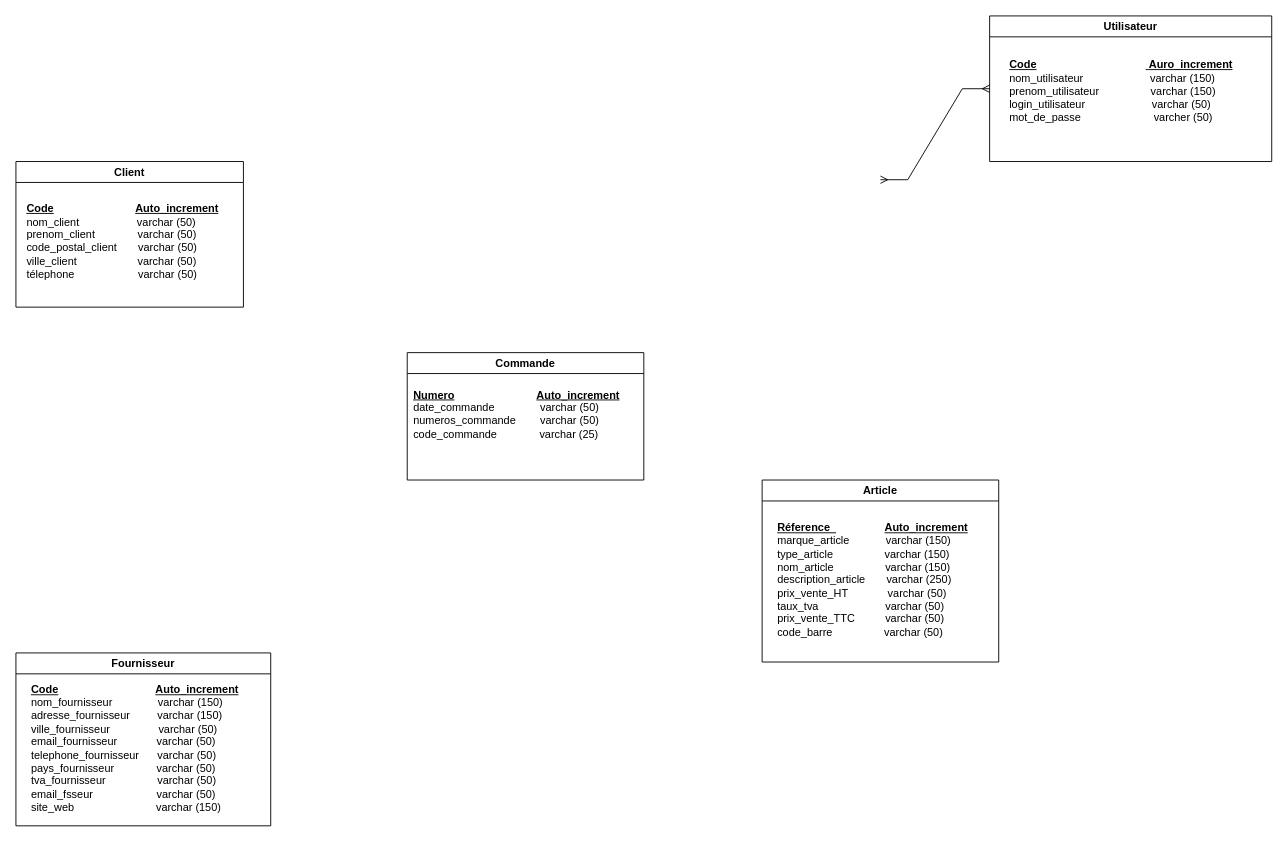
rachellusamba/CO-G.Stock keeps this draw.io diagram as page "MPD" (3 of 3) of G.Stock.drawio. Above is the earlier version. Source tidied: cells renumbered, new cells numbered last; positions are measured from the earlier drawing's top-left corner, leaving out a move shared by most shapes. Both pictures are drawn from the tidied source at 91%, with x=0, y=0 at pixel (15, 15).
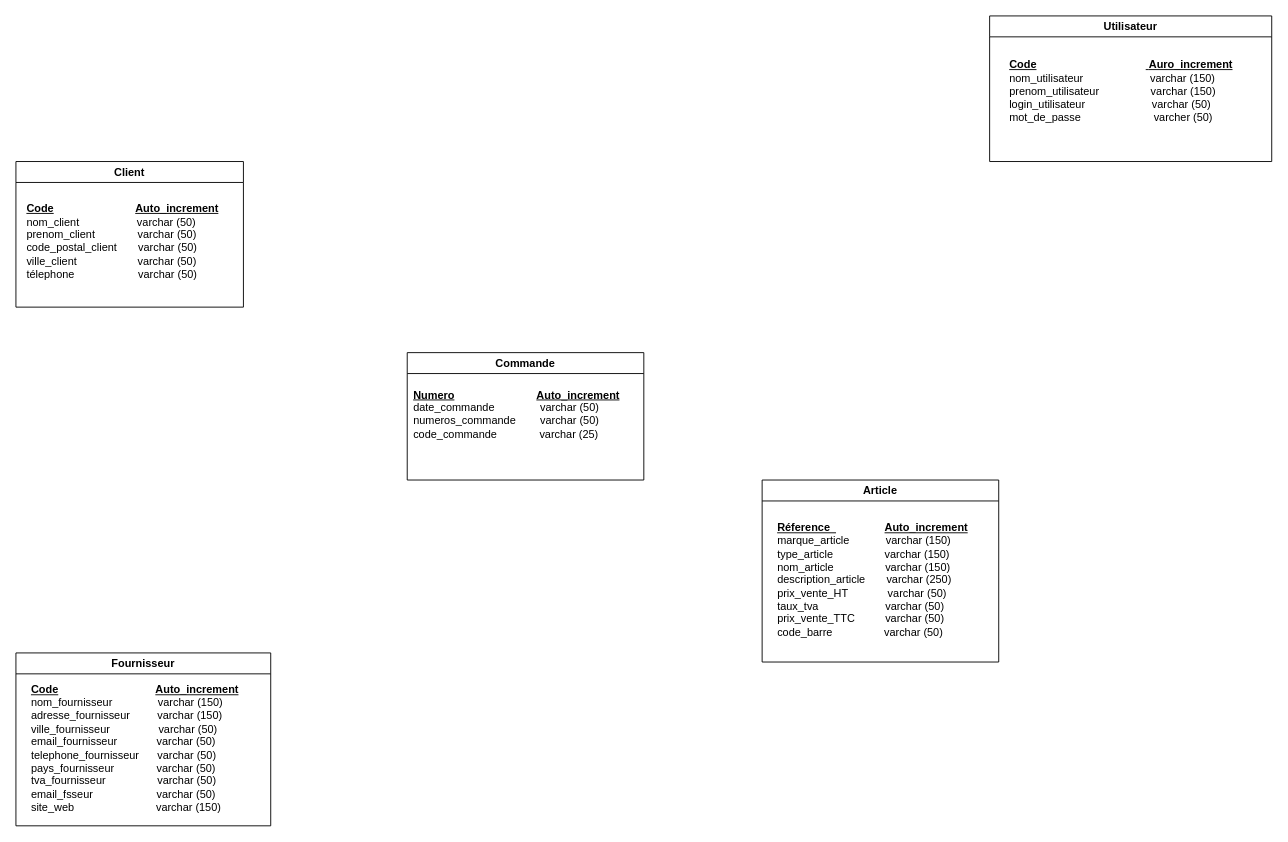
The same diagram, later.

Diff of the diagram source:
```diff
@@
 <mxGraphModel>
   <root>
     <mxCell id="0" />
     <mxCell id="1" parent="0" />
     <mxCell id="2" value="Utilisateur" style="swimlane;whiteSpace=wrap;html=1;" parent="1" vertex="1">
       <mxGeometry x="1070" width="310" height="160" as="geometry" />
     </mxCell>
     <mxCell id="3" value="&lt;div align=&quot;left&quot;&gt;&lt;b&gt;&lt;u&gt;Code&lt;/u&gt; &amp;nbsp;&lt;/b&gt; &amp;nbsp; &amp;nbsp; &amp;nbsp; &amp;nbsp; &amp;nbsp; &amp;nbsp;&amp;nbsp;&amp;nbsp;&amp;nbsp;&amp;nbsp;&amp;nbsp;&amp;nbsp;&amp;nbsp;&amp;nbsp;&amp;nbsp;&amp;nbsp;&amp;nbsp;&amp;nbsp;&amp;nbsp;&amp;nbsp;&amp;nbsp;&amp;nbsp;&amp;nbsp;&amp;nbsp;&amp;nbsp;&amp;nbsp;&amp;nbsp;&amp;nbsp;&lt;u&gt; &lt;/u&gt;&lt;b&gt;&lt;u&gt;Auro_increment&lt;/u&gt;&lt;/b&gt;&lt;/div&gt;&lt;div align=&quot;left&quot;&gt;nom_utilisateur&amp;nbsp;&amp;nbsp;&amp;nbsp;&amp;nbsp;&amp;nbsp;&amp;nbsp;&amp;nbsp;&amp;nbsp;&amp;nbsp;&amp;nbsp;&amp;nbsp;&amp;nbsp;&amp;nbsp;&amp;nbsp;&amp;nbsp;&amp;nbsp;&amp;nbsp;&amp;nbsp;&amp;nbsp;&amp;nbsp;&amp;nbsp; varchar (150)&lt;br&gt;&lt;/div&gt;&lt;div align=&quot;left&quot;&gt;prenom_utilisateur&amp;nbsp;&amp;nbsp;&amp;nbsp;&amp;nbsp;&amp;nbsp;&amp;nbsp;&amp;nbsp;&amp;nbsp;&amp;nbsp;&amp;nbsp;&amp;nbsp;&amp;nbsp;&amp;nbsp;&amp;nbsp;&amp;nbsp;&amp;nbsp; varchar (150)&lt;br&gt;&lt;/div&gt;&lt;div align=&quot;left&quot;&gt;login_utilisateur&amp;nbsp;&amp;nbsp;&amp;nbsp;&amp;nbsp;&amp;nbsp;&amp;nbsp;&amp;nbsp;&amp;nbsp;&amp;nbsp;&amp;nbsp;&amp;nbsp;&amp;nbsp;&amp;nbsp;&amp;nbsp;&amp;nbsp;&amp;nbsp;&amp;nbsp;&amp;nbsp;&amp;nbsp;&amp;nbsp;&amp;nbsp; varchar (50)&lt;br&gt;&lt;/div&gt;&lt;div align=&quot;left&quot;&gt;mot_de_passe&amp;nbsp;&amp;nbsp;&amp;nbsp;&amp;nbsp;&amp;nbsp;&amp;nbsp;&amp;nbsp;&amp;nbsp;&amp;nbsp;&amp;nbsp;&amp;nbsp;&amp;nbsp;&amp;nbsp;&amp;nbsp;&amp;nbsp;&amp;nbsp;&amp;nbsp;&amp;nbsp;&amp;nbsp;&amp;nbsp;&amp;nbsp;&amp;nbsp;&amp;nbsp; varcher (50)&lt;br&gt;&lt;/div&gt;&lt;div align=&quot;left&quot;&gt;&lt;br&gt;&lt;/div&gt;" style="text;html=1;align=left;verticalAlign=middle;strokeColor=none;fillColor=none;" parent="2" vertex="1">
       <mxGeometry x="20" y="40" width="270" height="100" as="geometry" />
     </mxCell>
     <mxCell id="4" value="Commande" style="swimlane;whiteSpace=wrap;html=1;" parent="1" vertex="1">
       <mxGeometry x="430" y="370" width="260" height="140" as="geometry" />
     </mxCell>
     <mxCell id="5" value="&lt;div align=&quot;left&quot;&gt;&lt;b&gt;&lt;u&gt;Numero&lt;/u&gt;&lt;/b&gt; &amp;nbsp;&amp;nbsp;&amp;nbsp;&amp;nbsp;&amp;nbsp;&amp;nbsp;&amp;nbsp;&amp;nbsp;&amp;nbsp;&amp;nbsp;&amp;nbsp;&amp;nbsp;&amp;nbsp;&amp;nbsp;&amp;nbsp;&amp;nbsp;&amp;nbsp;&amp;nbsp;&amp;nbsp;&amp;nbsp;&amp;nbsp;&amp;nbsp;&amp;nbsp;&amp;nbsp;&amp;nbsp; &lt;b&gt;&lt;u&gt;Auto_increment&lt;/u&gt;&lt;/b&gt;&lt;br&gt;date_commande&amp;nbsp;&amp;nbsp;&amp;nbsp;&amp;nbsp;&amp;nbsp;&amp;nbsp;&amp;nbsp;&amp;nbsp;&amp;nbsp;&amp;nbsp;&amp;nbsp;&amp;nbsp;&amp;nbsp;&amp;nbsp; varchar (50)&lt;/div&gt;&lt;div align=&quot;left&quot;&gt;numeros_commande&amp;nbsp;&amp;nbsp;&amp;nbsp;&amp;nbsp;&amp;nbsp;&amp;nbsp;&amp;nbsp; varchar (50)&lt;/div&gt;&lt;div align=&quot;left&quot;&gt;code_commande&amp;nbsp;&amp;nbsp;&amp;nbsp;&amp;nbsp;&amp;nbsp;&amp;nbsp;&amp;nbsp;&amp;nbsp;&amp;nbsp;&amp;nbsp;&amp;nbsp;&amp;nbsp;&amp;nbsp; varchar (25)&lt;br&gt;&lt;/div&gt;&lt;div align=&quot;left&quot;&gt;&lt;br&gt;&lt;/div&gt;" style="text;html=1;align=left;verticalAlign=middle;strokeColor=none;fillColor=none;" parent="4" vertex="1">
       <mxGeometry x="5" y="30" width="250" height="90" as="geometry" />
     </mxCell>
     <mxCell id="6" value="Fournisseur" style="swimlane;whiteSpace=wrap;html=1;" parent="1" vertex="1">
       <mxGeometry y="700" width="280" height="190" as="geometry" />
     </mxCell>
     <mxCell id="7" value="&lt;div align=&quot;left&quot;&gt;&lt;b&gt;&lt;u&gt;Code&lt;/u&gt;&lt;/b&gt; &amp;nbsp; &amp;nbsp; &amp;nbsp; &amp;nbsp; &amp;nbsp; &amp;nbsp;&amp;nbsp; &amp;nbsp;&amp;nbsp;&amp;nbsp;&amp;nbsp;&amp;nbsp;&amp;nbsp;&amp;nbsp;&amp;nbsp;&amp;nbsp;&amp;nbsp;&amp;nbsp;&amp;nbsp;&amp;nbsp;&amp;nbsp;&amp;nbsp;&amp;nbsp;&amp;nbsp; &lt;u&gt;&lt;b&gt;Auto_increment&lt;/b&gt;&lt;/u&gt;&lt;br&gt;nom_fournisseur&amp;nbsp;&amp;nbsp;&amp;nbsp;&amp;nbsp;&amp;nbsp;&amp;nbsp;&amp;nbsp;&amp;nbsp;&amp;nbsp;&amp;nbsp;&amp;nbsp;&amp;nbsp;&amp;nbsp;&amp;nbsp; varchar (150)&lt;br&gt;adresse_fournisseur&amp;nbsp;&amp;nbsp;&amp;nbsp;&amp;nbsp;&amp;nbsp;&amp;nbsp;&amp;nbsp;&amp;nbsp; varchar (150)&lt;br&gt;ville_fournisseur&amp;nbsp;&amp;nbsp;&amp;nbsp;&amp;nbsp;&amp;nbsp;&amp;nbsp;&amp;nbsp;&amp;nbsp;&amp;nbsp;&amp;nbsp;&amp;nbsp;&amp;nbsp;&amp;nbsp;&amp;nbsp;&amp;nbsp; varchar (50)&lt;br&gt;email_fournisseur&amp;nbsp;&amp;nbsp;&amp;nbsp;&amp;nbsp;&amp;nbsp;&amp;nbsp;&amp;nbsp;&amp;nbsp;&amp;nbsp;&amp;nbsp;&amp;nbsp;&amp;nbsp; varchar (50)&lt;br&gt;telephone_fournisseur&amp;nbsp;&amp;nbsp;&amp;nbsp;&amp;nbsp;&amp;nbsp; varchar (50)&lt;br&gt;pays_fournisseur&amp;nbsp;&amp;nbsp;&amp;nbsp;&amp;nbsp;&amp;nbsp;&amp;nbsp;&amp;nbsp;&amp;nbsp;&amp;nbsp;&amp;nbsp;&amp;nbsp;&amp;nbsp;&amp;nbsp; varchar (50)&lt;br&gt;tva_fournisseur&amp;nbsp;&amp;nbsp;&amp;nbsp;&amp;nbsp;&amp;nbsp;&amp;nbsp;&amp;nbsp;&amp;nbsp;&amp;nbsp;&amp;nbsp;&amp;nbsp;&amp;nbsp;&amp;nbsp;&amp;nbsp;&amp;nbsp;&amp;nbsp; varchar (50)&lt;/div&gt;&lt;div align=&quot;left&quot;&gt;email_fsseur&amp;nbsp;&amp;nbsp;&amp;nbsp;&amp;nbsp;&amp;nbsp;&amp;nbsp;&amp;nbsp;&amp;nbsp;&amp;nbsp;&amp;nbsp;&amp;nbsp;&amp;nbsp;&amp;nbsp;&amp;nbsp;&amp;nbsp;&amp;nbsp;&amp;nbsp;&amp;nbsp;&amp;nbsp;&amp;nbsp; varchar (50)&lt;/div&gt;&lt;div align=&quot;left&quot;&gt;site_web&amp;nbsp;&amp;nbsp;&amp;nbsp;&amp;nbsp;&amp;nbsp;&amp;nbsp;&amp;nbsp;&amp;nbsp;&amp;nbsp;&amp;nbsp;&amp;nbsp;&amp;nbsp;&amp;nbsp;&amp;nbsp;&amp;nbsp;&amp;nbsp;&amp;nbsp;&amp;nbsp;&amp;nbsp;&amp;nbsp;&amp;nbsp;&amp;nbsp;&amp;nbsp;&amp;nbsp;&amp;nbsp;&amp;nbsp; varchar (150)&lt;br&gt;&lt;/div&gt;" style="text;html=1;align=left;verticalAlign=middle;strokeColor=none;fillColor=none;" parent="6" vertex="1">
       <mxGeometry x="15" y="25" width="250" height="160" as="geometry" />
     </mxCell>
     <mxCell id="8" value="Client" style="swimlane;whiteSpace=wrap;html=1;" parent="1" vertex="1">
       <mxGeometry y="160" width="250" height="160" as="geometry" />
     </mxCell>
     <mxCell id="9" value="&lt;div align=&quot;left&quot;&gt;&lt;b&gt;&lt;u&gt;Code&lt;/u&gt;&amp;nbsp;&amp;nbsp;&amp;nbsp;&amp;nbsp;&amp;nbsp;&amp;nbsp;&amp;nbsp;&amp;nbsp;&amp;nbsp;&amp;nbsp;&amp;nbsp;&amp;nbsp;&amp;nbsp;&amp;nbsp;&amp;nbsp;&amp;nbsp;&amp;nbsp;&amp;nbsp;&amp;nbsp;&amp;nbsp;&amp;nbsp;&amp;nbsp;&amp;nbsp;&amp;nbsp;&amp;nbsp;&amp;nbsp; &lt;u&gt;Auto_increment&lt;/u&gt;&lt;/b&gt;&lt;br&gt;nom_client&amp;nbsp;&amp;nbsp;&amp;nbsp;&amp;nbsp;&amp;nbsp;&amp;nbsp;&amp;nbsp;&amp;nbsp;&amp;nbsp;&amp;nbsp;&amp;nbsp;&amp;nbsp;&amp;nbsp;&amp;nbsp;&amp;nbsp;&amp;nbsp;&amp;nbsp;&amp;nbsp; varchar (50)&lt;br&gt;prenom_client&amp;nbsp;&amp;nbsp;&amp;nbsp;&amp;nbsp;&amp;nbsp;&amp;nbsp;&amp;nbsp;&amp;nbsp;&amp;nbsp;&amp;nbsp;&amp;nbsp;&amp;nbsp;&amp;nbsp; varchar (50)&lt;br&gt;code_postal_client&amp;nbsp;&amp;nbsp;&amp;nbsp;&amp;nbsp;&amp;nbsp;&amp;nbsp; varchar (50)&lt;br&gt;ville_client&amp;nbsp;&amp;nbsp;&amp;nbsp;&amp;nbsp;&amp;nbsp;&amp;nbsp;&amp;nbsp;&amp;nbsp;&amp;nbsp;&amp;nbsp;&amp;nbsp;&amp;nbsp;&amp;nbsp;&amp;nbsp;&amp;nbsp;&amp;nbsp;&amp;nbsp;&amp;nbsp;&amp;nbsp; varchar (50)&lt;br&gt;télephone&amp;nbsp;&amp;nbsp;&amp;nbsp;&amp;nbsp;&amp;nbsp;&amp;nbsp;&amp;nbsp;&amp;nbsp;&amp;nbsp;&amp;nbsp;&amp;nbsp;&amp;nbsp;&amp;nbsp;&amp;nbsp;&amp;nbsp;&amp;nbsp;&amp;nbsp;&amp;nbsp;&amp;nbsp;&amp;nbsp; varchar (50)&lt;br&gt;&lt;/div&gt;&lt;div align=&quot;left&quot;&gt;&lt;br&gt;&lt;/div&gt;" style="text;html=1;align=left;verticalAlign=middle;strokeColor=none;fillColor=none;" parent="8" vertex="1">
       <mxGeometry x="10" y="40" width="230" height="110" as="geometry" />
     </mxCell>
     <mxCell id="10" value="Article" style="swimlane;whiteSpace=wrap;html=1;" parent="1" vertex="1">
       <mxGeometry x="820" y="510" width="260" height="200" as="geometry" />
     </mxCell>
     <mxCell id="11" value="&lt;div align=&quot;left&quot;&gt;&lt;b&gt;&lt;u&gt;Réference &amp;nbsp;&lt;/u&gt;&lt;/b&gt;&amp;nbsp;&amp;nbsp;&amp;nbsp;&amp;nbsp;&amp;nbsp;&amp;nbsp;&amp;nbsp;&amp;nbsp;&amp;nbsp;&amp;nbsp;&amp;nbsp;&amp;nbsp;&amp;nbsp;&amp;nbsp;&amp;nbsp; &lt;u&gt;&lt;b&gt;Auto_increment&lt;/b&gt;&lt;/u&gt;&lt;br&gt;marque_article&amp;nbsp;&amp;nbsp;&amp;nbsp;&amp;nbsp;&amp;nbsp;&amp;nbsp;&amp;nbsp;&amp;nbsp;&amp;nbsp;&amp;nbsp;&amp;nbsp; varchar (150)&lt;br&gt;type_article&amp;nbsp;&amp;nbsp;&amp;nbsp;&amp;nbsp;&amp;nbsp;&amp;nbsp;&amp;nbsp;&amp;nbsp;&amp;nbsp;&amp;nbsp;&amp;nbsp;&amp;nbsp;&amp;nbsp;&amp;nbsp;&amp;nbsp;&amp;nbsp; varchar (150)&lt;br&gt;nom_article&amp;nbsp;&amp;nbsp;&amp;nbsp;&amp;nbsp;&amp;nbsp;&amp;nbsp;&amp;nbsp;&amp;nbsp;&amp;nbsp;&amp;nbsp;&amp;nbsp;&amp;nbsp;&amp;nbsp;&amp;nbsp;&amp;nbsp;&amp;nbsp; varchar (150)&lt;br&gt;description_article&amp;nbsp;&amp;nbsp;&amp;nbsp;&amp;nbsp;&amp;nbsp;&amp;nbsp; varchar (250)&lt;br&gt;prix_vente_HT&amp;nbsp;&amp;nbsp;&amp;nbsp;&amp;nbsp;&amp;nbsp;&amp;nbsp;&amp;nbsp;&amp;nbsp;&amp;nbsp;&amp;nbsp;&amp;nbsp;&amp;nbsp; varchar (50)&lt;br&gt;taux_tva&amp;nbsp;&amp;nbsp;&amp;nbsp;&amp;nbsp;&amp;nbsp;&amp;nbsp;&amp;nbsp;&amp;nbsp;&amp;nbsp;&amp;nbsp;&amp;nbsp;&amp;nbsp;&amp;nbsp;&amp;nbsp;&amp;nbsp;&amp;nbsp;&amp;nbsp;&amp;nbsp;&amp;nbsp;&amp;nbsp;&amp;nbsp; varchar (50)&lt;br&gt;prix_vente_TTC&amp;nbsp;&amp;nbsp;&amp;nbsp;&amp;nbsp;&amp;nbsp;&amp;nbsp;&amp;nbsp;&amp;nbsp;&amp;nbsp; varchar (50)&lt;br&gt;code_barre&amp;nbsp;&amp;nbsp;&amp;nbsp;&amp;nbsp;&amp;nbsp;&amp;nbsp;&amp;nbsp;&amp;nbsp;&amp;nbsp;&amp;nbsp;&amp;nbsp;&amp;nbsp;&amp;nbsp;&amp;nbsp;&amp;nbsp;&amp;nbsp; varchar (50)&lt;br&gt;&lt;/div&gt;" style="text;html=1;align=left;verticalAlign=middle;strokeColor=none;fillColor=none;" parent="10" vertex="1">
       <mxGeometry x="15" y="40" width="230" height="140" as="geometry" />
     </mxCell>
-    <mxCell id="12" style="edgeStyle=entityRelationEdgeStyle;fontSize=12;html=1;endArrow=ERmany;startArrow=ERmany;rounded=0;entryX=0;entryY=0.5;entryDx=0;entryDy=0;" parent="1" edge="1" target="2">
-      <mxGeometry relative="1" as="geometry">
-        <mxPoint x="950" y="180" as="sourcePoint" />
-      </mxGeometry>
-    </mxCell>
   </root>
 </mxGraphModel>
```
